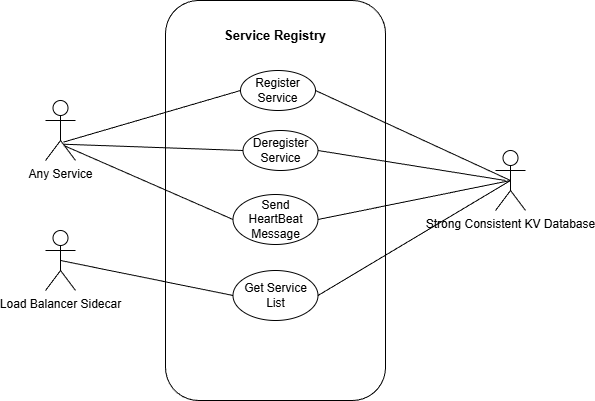
jenkem1337/service-discovery keeps this draw.io diagram as docs/diagrams/service-registry/ServiceRegistryUseCase.drawio.png. Above is the earlier version. Source tidied: cells renumbered, new cells last; positions are measured from the earlier drawing's top-left corner, leaving out a move shared by most shapes.
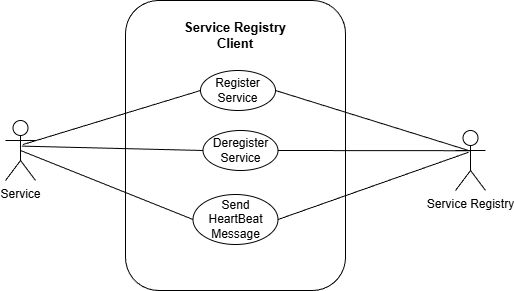
Above is the later version.

The edit, as a diff of the source:
```diff
@@ -2,60 +2,44 @@
   <root>
     <mxCell id="0" />
     <mxCell id="1" parent="0" />
-    <mxCell id="2" value="Any Service" style="shape=umlActor;verticalLabelPosition=bottom;verticalAlign=top;html=1;" parent="1" vertex="1">
-      <mxGeometry y="100" width="30" height="60" as="geometry" />
+    <mxCell id="2" value="&lt;div&gt;&lt;span style=&quot;background-color: transparent; color: light-dark(rgb(0, 0, 0), rgb(255, 255, 255));&quot;&gt;Service&lt;/span&gt;&lt;/div&gt;" style="shape=umlActor;verticalLabelPosition=bottom;verticalAlign=top;html=1;" parent="1" vertex="1">
+      <mxGeometry y="120" width="30" height="60" as="geometry" />
     </mxCell>
-    <mxCell id="3" value="Load Balancer Sidecar&lt;div&gt;&lt;br&gt;&lt;/div&gt;" style="shape=umlActor;verticalLabelPosition=bottom;verticalAlign=top;html=1;" parent="1" vertex="1">
-      <mxGeometry y="230" width="30" height="60" as="geometry" />
-    </mxCell>
     <mxCell id="4" style="rounded=1;whiteSpace=wrap;html=1;" parent="1" vertex="1">
-      <mxGeometry x="120" width="220" height="400" as="geometry" />
+      <mxGeometry x="120" width="220" height="290" as="geometry" />
     </mxCell>
     <mxCell id="5" value="Register Service" style="ellipse;whiteSpace=wrap;html=1;" parent="1" vertex="1">
       <mxGeometry x="195" y="70" width="75" height="40" as="geometry" />
     </mxCell>
-    <mxCell id="6" value="&lt;b&gt;&lt;font style=&quot;font-size: 13px;&quot;&gt;Service Registry&lt;/font&gt;&lt;/b&gt;" style="text;html=1;whiteSpace=wrap;strokeColor=none;fillColor=none;align=center;verticalAlign=middle;rounded=0;" parent="1" vertex="1">
+    <mxCell id="6" value="&lt;b&gt;&lt;font style=&quot;font-size: 13px;&quot;&gt;Service Registry Client&lt;/font&gt;&lt;/b&gt;" style="text;html=1;whiteSpace=wrap;strokeColor=none;fillColor=none;align=center;verticalAlign=middle;rounded=0;" parent="1" vertex="1">
       <mxGeometry x="165" y="20" width="130" height="30" as="geometry" />
     </mxCell>
     <mxCell id="7" value="Send HeartBeat Message" style="ellipse;whiteSpace=wrap;html=1;" parent="1" vertex="1">
       <mxGeometry x="187.5" y="194" width="85" height="50" as="geometry" />
     </mxCell>
-    <mxCell id="8" value="Get Service List" style="ellipse;whiteSpace=wrap;html=1;" parent="1" vertex="1">
-      <mxGeometry x="187.5" y="270" width="85" height="50" as="geometry" />
-    </mxCell>
     <mxCell id="9" value="Deregister Service" style="ellipse;whiteSpace=wrap;html=1;" parent="1" vertex="1">
       <mxGeometry x="197.5" y="130" width="75" height="40" as="geometry" />
     </mxCell>
-    <mxCell id="10" style="endArrow=none;html=1;rounded=0;entryX=0;entryY=0.5;entryDx=0;entryDy=0;exitX=0.595;exitY=0.694;exitDx=0;exitDy=0;exitPerimeter=0;" parent="1" edge="1" source="2" target="5">
+    <mxCell id="10" style="endArrow=none;html=1;rounded=0;entryX=0;entryY=0.5;entryDx=0;entryDy=0;exitX=0.579;exitY=0.401;exitDx=0;exitDy=0;exitPerimeter=0;" parent="1" edge="1" source="2" target="5">
       <mxGeometry relative="1" as="geometry" />
     </mxCell>
-    <mxCell id="11" style="endArrow=none;html=1;rounded=0;entryX=0;entryY=0.5;entryDx=0;entryDy=0;exitX=0.619;exitY=0.729;exitDx=0;exitDy=0;exitPerimeter=0;" parent="1" edge="1" source="2">
-      <mxGeometry relative="1" as="geometry">
-        <mxPoint x="197.5" y="150" as="targetPoint" />
-      </mxGeometry>
+    <mxCell id="11" style="endArrow=none;html=1;rounded=0;entryX=0;entryY=0.5;entryDx=0;entryDy=0;exitX=0.545;exitY=0.427;exitDx=0;exitDy=0;exitPerimeter=0;" parent="1" edge="1" source="2" target="9">
+      <mxGeometry relative="1" as="geometry" />
     </mxCell>
-    <mxCell id="12" style="endArrow=none;html=1;rounded=0;exitX=0.5;exitY=0.5;exitDx=0;exitDy=0;exitPerimeter=0;entryX=0;entryY=0.5;entryDx=0;entryDy=0;" parent="1" edge="1" source="3" target="8">
-      <mxGeometry relative="1" as="geometry" />
-    </mxCell>
-    <mxCell id="13" style="endArrow=none;html=1;rounded=0;entryX=0;entryY=0.5;entryDx=0;entryDy=0;exitX=0.619;exitY=0.752;exitDx=0;exitDy=0;exitPerimeter=0;" parent="1" edge="1" source="2" target="7">
+    <mxCell id="13" style="endArrow=none;html=1;rounded=0;entryX=0;entryY=0.5;entryDx=0;entryDy=0;exitX=0.5;exitY=0.5;exitDx=0;exitDy=0;exitPerimeter=0;" parent="1" edge="1" source="2" target="7">
       <mxGeometry relative="1" as="geometry" />
     </mxCell>
-    <mxCell id="14" value="Strong Consistent KV Database" style="shape=umlActor;verticalLabelPosition=bottom;verticalAlign=top;html=1;outlineConnect=0;" parent="1" vertex="1">
-      <mxGeometry x="450" y="150" width="30" height="60" as="geometry" />
+    <mxCell id="14" value="Service Registry" style="shape=umlActor;verticalLabelPosition=bottom;verticalAlign=top;html=1;outlineConnect=0;" parent="1" vertex="1">
+      <mxGeometry x="450" y="130" width="30" height="60" as="geometry" />
     </mxCell>
-    <mxCell id="15" style="endArrow=none;html=1;rounded=0;entryX=0.5;entryY=0.5;entryDx=0;entryDy=0;entryPerimeter=0;exitX=1;exitY=0.5;exitDx=0;exitDy=0;" parent="1" edge="1" source="7" target="14">
+    <mxCell id="15" style="endArrow=none;html=1;rounded=0;entryX=0.434;entryY=0.363;entryDx=0;entryDy=0;entryPerimeter=0;exitX=1;exitY=0.5;exitDx=0;exitDy=0;" parent="1" edge="1" source="7" target="14">
       <mxGeometry relative="1" as="geometry" />
     </mxCell>
-    <mxCell id="16" style="endArrow=none;html=1;rounded=0;exitX=1;exitY=0.5;exitDx=0;exitDy=0;entryX=0.5;entryY=0.5;entryDx=0;entryDy=0;entryPerimeter=0;" parent="1" edge="1" source="5" target="14">
+    <mxCell id="16" style="endArrow=none;html=1;rounded=0;exitX=1;exitY=0.5;exitDx=0;exitDy=0;entryX=0.52;entryY=0.346;entryDx=0;entryDy=0;entryPerimeter=0;" parent="1" edge="1" source="5" target="14">
       <mxGeometry relative="1" as="geometry" />
     </mxCell>
-    <mxCell id="17" style="endArrow=none;html=1;rounded=0;exitX=1;exitY=0.5;exitDx=0;exitDy=0;" parent="1" edge="1" source="9">
-      <mxGeometry relative="1" as="geometry">
-        <mxPoint x="460" y="180" as="targetPoint" />
-      </mxGeometry>
+    <mxCell id="17" style="endArrow=none;html=1;rounded=0;exitX=1;exitY=0.5;exitDx=0;exitDy=0;entryX=0.52;entryY=0.337;entryDx=0;entryDy=0;entryPerimeter=0;" parent="1" edge="1" source="9" target="14">
+      <mxGeometry relative="1" as="geometry" />
     </mxCell>
-    <mxCell id="18" style="endArrow=none;html=1;rounded=0;entryX=0.5;entryY=0.5;entryDx=0;entryDy=0;entryPerimeter=0;exitX=1;exitY=0.5;exitDx=0;exitDy=0;" parent="1" edge="1" source="8" target="14">
-      <mxGeometry relative="1" as="geometry" />
-    </mxCell>
   </root>
 </mxGraphModel>
```
